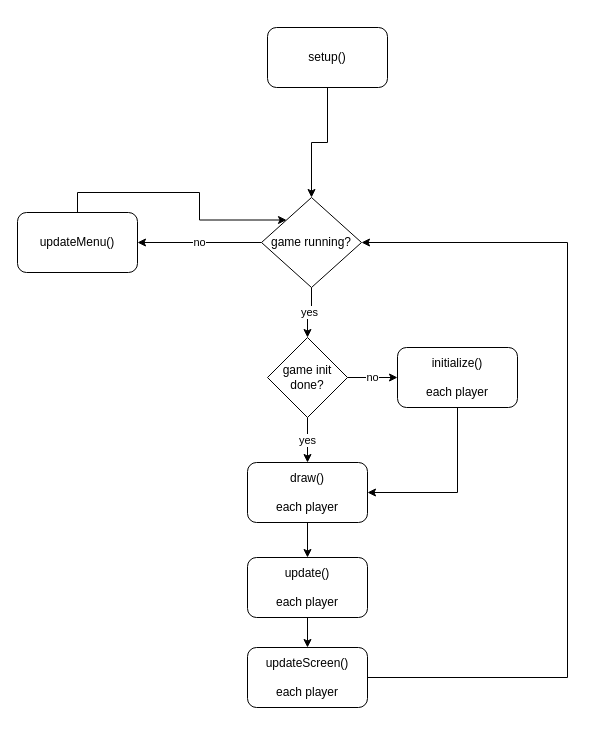
This is Doku/Diagramme/flowchart.drawio from cptwtf/ledrace, a draw.io file, before an edit. Source tidied: cells renumbered, new cells numbered last; positions are measured from the earlier drawing's top-left corner, leaving out a move shared by most shapes. Both pictures are drawn from the tidied source at 100%, with x=0, y=0 at pixel (17, 27).
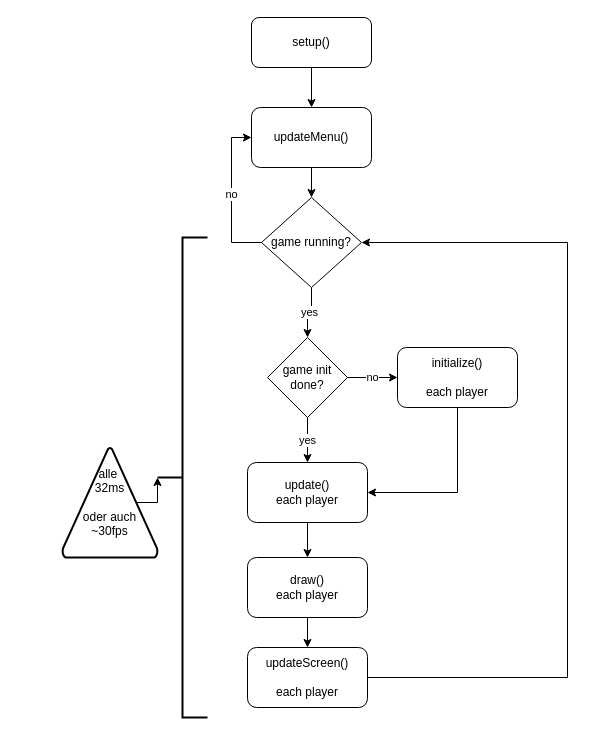
The same page after the edit.

Unchanged cells that the change refers to:
```xml
<mxCell id="8" value="game running?" style="rhombus;whiteSpace=wrap;html=1;" parent="1" vertex="1">
  <mxGeometry x="244" y="170" width="100" height="90" as="geometry" />
</mxCell>
```

What changed in the source:
```diff
@@
-    <mxCell id="2" style="edgeStyle=orthogonalEdgeStyle;rounded=0;jettySize=auto;html=1;exitX=0.5;exitY=1;exitDx=0;exitDy=0;" parent="1" edge="1" source="3" target="8">
-      <mxGeometry relative="1" as="geometry" />
-    </mxCell>
+    <mxCell id="20" style="edgeStyle=orthogonalEdgeStyle;rounded=0;jettySize=auto;html=1;entryX=0.5;entryY=0;entryDx=0;entryDy=0;" parent="1" edge="1" source="3" target="19">
+      <mxGeometry relative="1" as="geometry" />
+    </mxCell>
     <mxCell id="3" value="setup()" style="rounded=1;whiteSpace=wrap;html=1;" parent="1" vertex="1">
-      <mxGeometry x="250" width="120" height="60" as="geometry" />
+      <mxGeometry x="234" y="-10" width="120" height="50" as="geometry" />
     </mxCell>
@@
-    <mxCell id="5" value="draw()&lt;br&gt;&lt;br&gt;each player" style="rounded=1;whiteSpace=wrap;html=1;" parent="1" vertex="1">
+    <mxCell id="5" value="update()&lt;br&gt;each player" style="rounded=1;whiteSpace=wrap;html=1;" parent="1" vertex="1">
       <mxGeometry x="230" y="435" width="120" height="60" as="geometry" />
     </mxCell>
@@
-    <mxCell id="7" value="no" style="edgeStyle=orthogonalEdgeStyle;rounded=0;jettySize=auto;html=1;" parent="1" edge="1" source="8" target="19">
-      <mxGeometry relative="1" as="geometry" />
+    <mxCell id="7" value="no" style="edgeStyle=orthogonalEdgeStyle;rounded=0;jettySize=auto;html=1;entryX=0;entryY=0.5;entryDx=0;entryDy=0;" parent="1" edge="1" source="8" target="19">
+      <mxGeometry relative="1" as="geometry">
+        <Array as="points">
+          <mxPoint x="214" y="215" />
+          <mxPoint x="214" y="110" />
+        </Array>
+      </mxGeometry>
     </mxCell>
@@
-    <mxCell id="15" value="update()&lt;br&gt;&lt;br&gt;each player" style="rounded=1;whiteSpace=wrap;html=1;" parent="1" vertex="1">
+    <mxCell id="15" value="draw()&lt;br&gt;each player" style="rounded=1;whiteSpace=wrap;html=1;" parent="1" vertex="1">
       <mxGeometry x="230" y="530" width="120" height="60" as="geometry" />
     </mxCell>
@@
-    <mxCell id="18" style="edgeStyle=orthogonalEdgeStyle;rounded=0;jettySize=auto;html=1;exitX=0.5;exitY=0;exitDx=0;exitDy=0;entryX=0;entryY=0;entryDx=0;entryDy=0;" parent="1" edge="1" source="19" target="8">
+    <mxCell id="18" style="edgeStyle=orthogonalEdgeStyle;rounded=0;jettySize=auto;html=1;exitX=0.5;exitY=1;exitDx=0;exitDy=0;entryX=0.5;entryY=0;entryDx=0;entryDy=0;" parent="1" edge="1" source="19" target="8">
       <mxGeometry relative="1" as="geometry" />
     </mxCell>
     <mxCell id="19" value="updateMenu()" style="rounded=1;whiteSpace=wrap;html=1;" parent="1" vertex="1">
-      <mxGeometry y="185" width="120" height="60" as="geometry" />
+      <mxGeometry x="234" y="80" width="120" height="60" as="geometry" />
     </mxCell>
+    <mxCell id="21" style="strokeWidth=2;html=1;shape=mxgraph.flowchart.annotation_2;align=left;labelPosition=right;direction=east;" parent="1" vertex="1">
+      <mxGeometry x="140" y="210" width="50" height="480" as="geometry" />
+    </mxCell>
+    <mxCell id="22" style="edgeStyle=orthogonalEdgeStyle;rounded=0;jettySize=auto;html=1;exitX=0.78;exitY=0.5;exitDx=0;exitDy=0;exitPerimeter=0;entryX=0;entryY=0.5;entryDx=0;entryDy=0;entryPerimeter=0;" parent="1" edge="1" source="23" target="21">
+      <mxGeometry relative="1" as="geometry" />
+    </mxCell>
+    <mxCell id="23" value="alle&amp;nbsp;&lt;br&gt;32ms&lt;br&gt;&lt;br&gt;oder auch&lt;br&gt;~30fps" style="strokeWidth=2;html=1;shape=mxgraph.flowchart.extract_or_measurement;whiteSpace=wrap;" parent="1" vertex="1">
+      <mxGeometry x="45" y="420" width="95" height="110" as="geometry" />
+    </mxCell>
+    <mxCell id="24" style="edgeStyle=orthogonalEdgeStyle;rounded=0;orthogonalLoop=1;jettySize=auto;html=1;exitX=0.5;exitY=1;exitDx=0;exitDy=0;exitPerimeter=0;" parent="1" edge="1" source="23" target="23">
+      <mxGeometry relative="1" as="geometry" />
+    </mxCell>
```
